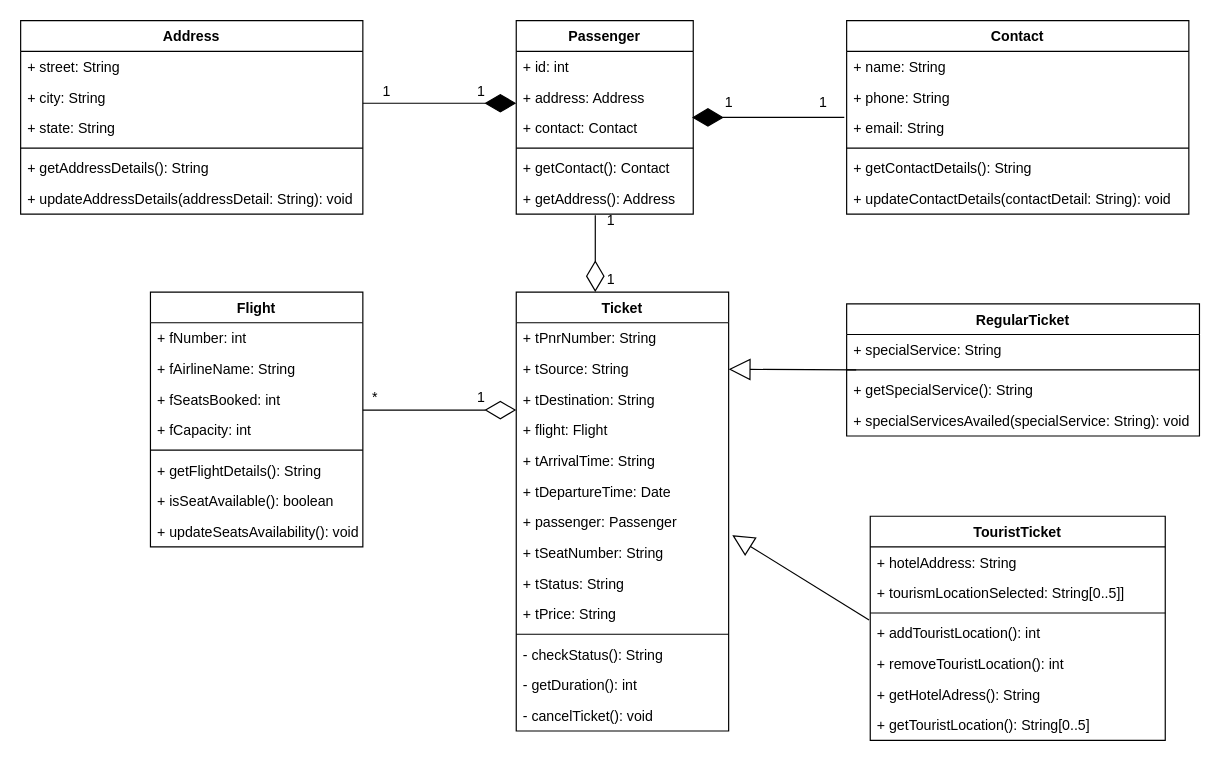
This is uml/frs.drawio from sanjunabandi/frs, a draw.io file, before an edit. Source tidied: cells renumbered, new cells numbered last; positions are measured from the earlier drawing's top-left corner, leaving out a move shared by most shapes. Both pictures are drawn from the tidied source at 118%, with x=0, y=0 at pixel (20, 20).
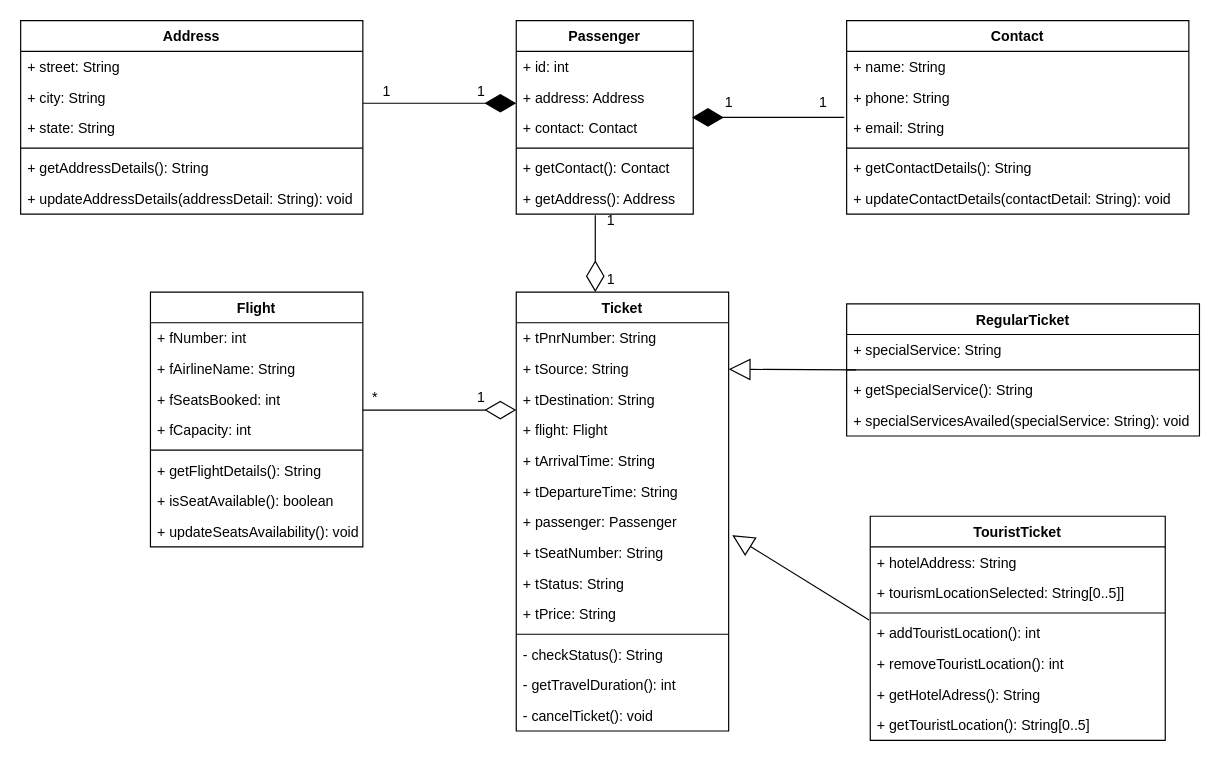
The same diagram, later.

Commit message (it also covers changes not shown here):
correcting UML diagram

The change refers to these unchanged cells:
```xml
<mxCell id="36" value="Ticket" style="swimlane;fontStyle=1;align=center;verticalAlign=top;horizontal=1;startSize=26;" parent="1" vertex="1">
  <mxGeometry x="420" y="230" width="180" height="372" as="geometry" />
</mxCell>
```

Diff of the diagram source:
```diff
@@
-    <mxCell id="42" value="+ tDepartureTime: Date" style="text;strokeColor=none;fillColor=none;align=left;verticalAlign=top;spacingLeft=4;spacingRight=4;overflow=hidden;" parent="36" vertex="1">
+    <mxCell id="42" value="+ tDepartureTime: String" style="text;strokeColor=none;fillColor=none;align=left;verticalAlign=top;spacingLeft=4;spacingRight=4;overflow=hidden;" parent="36" vertex="1">
       <mxGeometry y="156" width="180" height="26" as="geometry" />
     </mxCell>
@@
-    <mxCell id="49" value="- getDuration(): int" style="text;strokeColor=none;fillColor=none;align=left;verticalAlign=top;spacingLeft=4;spacingRight=4;overflow=hidden;" parent="36" vertex="1">
+    <mxCell id="49" value="- getTravelDuration(): int" style="text;strokeColor=none;fillColor=none;align=left;verticalAlign=top;spacingLeft=4;spacingRight=4;overflow=hidden;" parent="36" vertex="1">
       <mxGeometry y="320" width="180" height="26" as="geometry" />
     </mxCell>
```
